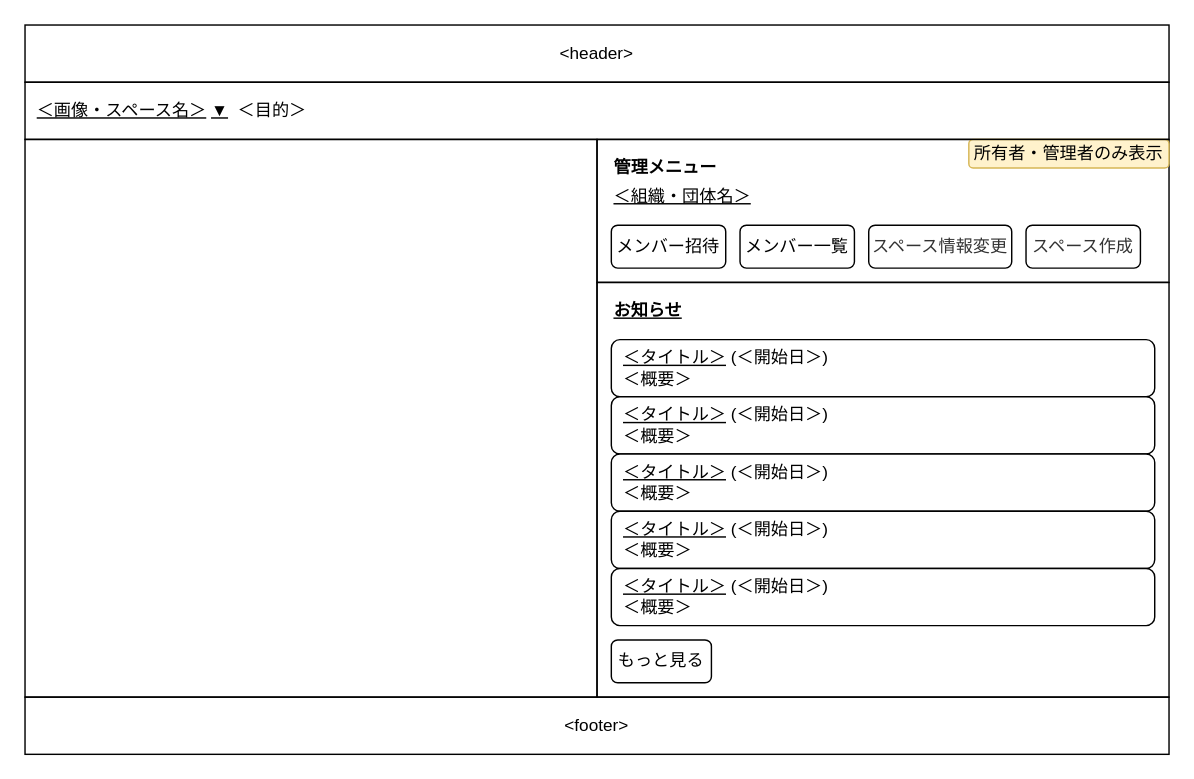
Above: 設計/画面設計/スペーストップ.drawio in nightonlypj/rails-app-origin (draw.io), before the change. Source tidied: cells renumbered, new cells numbered last; positions are measured from the earlier drawing's top-left corner, leaving out a move shared by most shapes. Both pictures are drawn from the tidied source at 143%, with x=0, y=0 at pixel (24, 24).
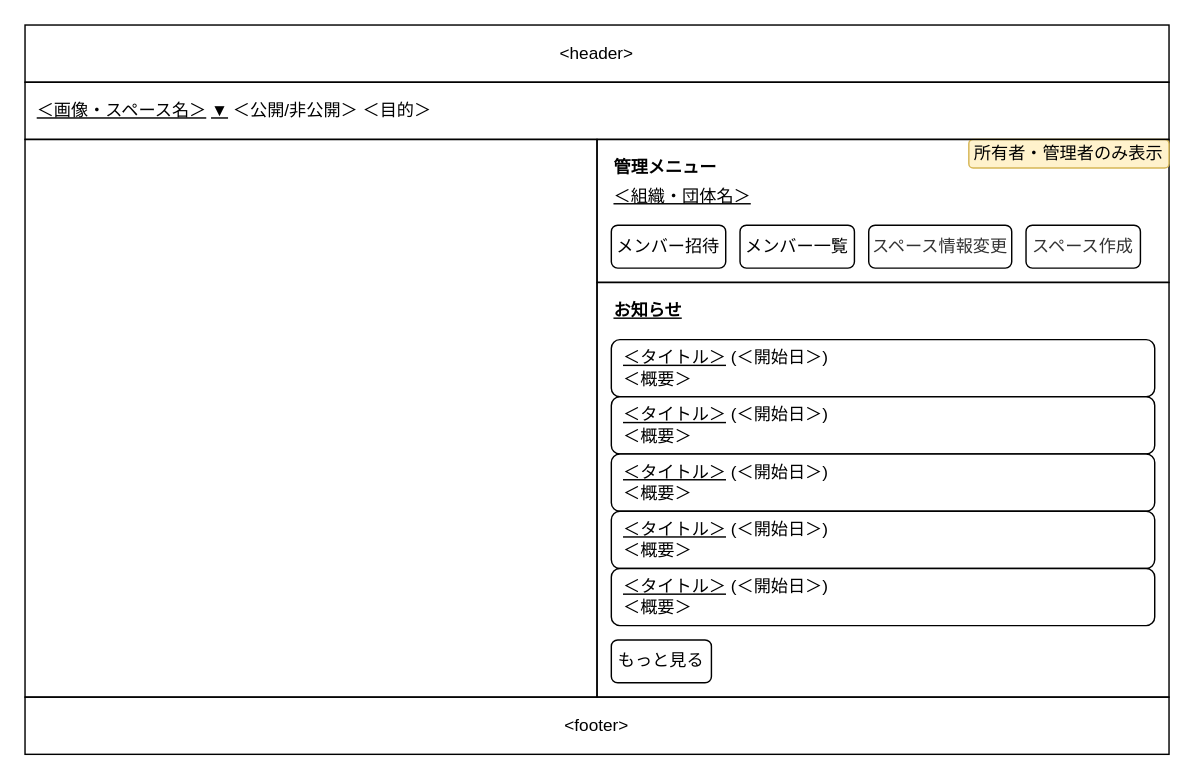
The same diagram, later.

The edit, as a diff of the source:
```diff
@@
-    <mxCell id="20" value="&lt;span style=&quot;font-family: &amp;#34;helvetica&amp;#34;&quot;&gt;&amp;nbsp; &lt;/span&gt;&lt;u style=&quot;font-family: &amp;#34;helvetica&amp;#34;&quot;&gt;＜画像・スペース名＞&lt;/u&gt;&lt;span style=&quot;font-family: &amp;#34;helvetica&amp;#34;&quot;&gt; &lt;/span&gt;&lt;u style=&quot;font-family: &amp;#34;helvetica&amp;#34;&quot;&gt;▼&lt;/u&gt;&lt;span style=&quot;font-family: &amp;#34;helvetica&amp;#34;&quot;&gt;&amp;nbsp; ＜目的＞&lt;/span&gt;" style="rounded=0;whiteSpace=wrap;html=1;fillColor=none;align=left;" parent="1" vertex="1">
+    <mxCell id="20" value="&lt;span style=&quot;font-family: &amp;#34;helvetica&amp;#34;&quot;&gt;&amp;nbsp; &lt;/span&gt;&lt;u style=&quot;font-family: &amp;#34;helvetica&amp;#34;&quot;&gt;＜画像・スペース名＞&lt;/u&gt;&lt;span style=&quot;font-family: &amp;#34;helvetica&amp;#34;&quot;&gt; &lt;/span&gt;&lt;u style=&quot;font-family: &amp;#34;helvetica&amp;#34;&quot;&gt;▼&lt;/u&gt;&amp;nbsp;＜公開/非公開＞&lt;span style=&quot;font-family: &amp;#34;helvetica&amp;#34;&quot;&gt;&amp;nbsp;＜目的＞&lt;/span&gt;" style="rounded=0;whiteSpace=wrap;html=1;fillColor=none;align=left;" parent="1" vertex="1">
       <mxGeometry y="40" width="800" height="40" as="geometry" />
     </mxCell>
```
